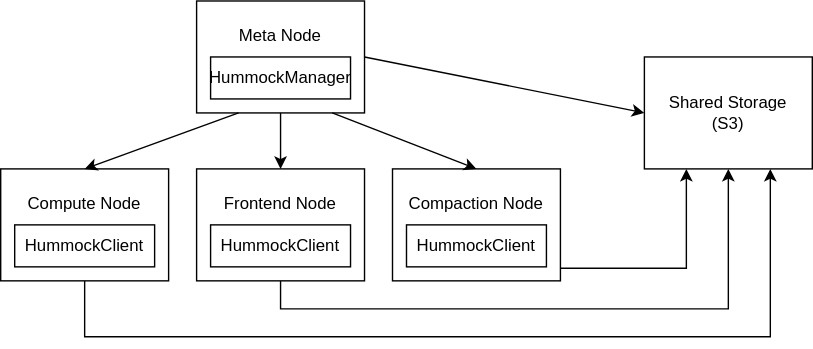
piedb-dev/piestream keeps this draw.io diagram as docs/images/state-store-overview/state-store-overview-01.svg. Above is the earlier version. Source tidied: cells renumbered, new cells last; positions are measured from the earlier drawing's top-left corner, leaving out a move shared by most shapes. Its diagram source:
```xml
<mxGraphModel>
  <root>
    <mxCell id="0" />
    <mxCell id="1" parent="0" />
    <mxCell id="2" style="rounded=0;whiteSpace=wrap;html=1;" parent="1" vertex="1">
      <mxGeometry x="140" width="120" height="80" as="geometry" />
    </mxCell>
    <mxCell id="3" value="HummockManager" style="rounded=0;whiteSpace=wrap;html=1;" parent="1" vertex="1">
      <mxGeometry x="150" y="40" width="100" height="30" as="geometry" />
    </mxCell>
    <mxCell id="4" value="Meta Node" style="text;html=1;strokeColor=none;fillColor=none;align=center;verticalAlign=middle;whiteSpace=wrap;rounded=0;" parent="1" vertex="1">
      <mxGeometry x="160" y="10" width="80" height="30" as="geometry" />
    </mxCell>
    <mxCell id="5" style="edgeStyle=orthogonalEdgeStyle;rounded=0;jettySize=auto;html=1;entryX=0.75;entryY=1;entryDx=0;entryDy=0;" parent="1" edge="1" source="6" target="20">
      <mxGeometry relative="1" as="geometry">
        <Array as="points">
          <mxPoint x="60" y="240" />
          <mxPoint x="550" y="240" />
        </Array>
      </mxGeometry>
    </mxCell>
    <mxCell id="6" style="rounded=0;whiteSpace=wrap;html=1;" parent="1" vertex="1">
      <mxGeometry y="120" width="120" height="80" as="geometry" />
    </mxCell>
    <mxCell id="7" value="HummockClient" style="rounded=0;whiteSpace=wrap;html=1;" parent="1" vertex="1">
      <mxGeometry x="10" y="160" width="100" height="30" as="geometry" />
    </mxCell>
    <mxCell id="8" value="Compute Node" style="text;html=1;strokeColor=none;fillColor=none;align=center;verticalAlign=middle;whiteSpace=wrap;rounded=0;" parent="1" vertex="1">
      <mxGeometry x="10" y="130" width="100" height="30" as="geometry" />
    </mxCell>
    <mxCell id="9" style="edgeStyle=orthogonalEdgeStyle;rounded=0;jettySize=auto;html=1;entryX=0.5;entryY=1;entryDx=0;entryDy=0;" parent="1" edge="1" source="10" target="20">
      <mxGeometry relative="1" as="geometry">
        <Array as="points">
          <mxPoint x="200" y="220" />
          <mxPoint x="520" y="220" />
        </Array>
      </mxGeometry>
    </mxCell>
    <mxCell id="10" style="rounded=0;whiteSpace=wrap;html=1;" parent="1" vertex="1">
      <mxGeometry x="140" y="120" width="120" height="80" as="geometry" />
    </mxCell>
    <mxCell id="11" value="HummockClient" style="rounded=0;whiteSpace=wrap;html=1;" parent="1" vertex="1">
      <mxGeometry x="150" y="160" width="100" height="30" as="geometry" />
    </mxCell>
    <mxCell id="12" value="Frontend Node" style="text;html=1;strokeColor=none;fillColor=none;align=center;verticalAlign=middle;whiteSpace=wrap;rounded=0;" parent="1" vertex="1">
      <mxGeometry x="150" y="130" width="100" height="30" as="geometry" />
    </mxCell>
    <mxCell id="13" style="edgeStyle=orthogonalEdgeStyle;rounded=0;jettySize=auto;html=1;entryX=0.25;entryY=1;entryDx=0;entryDy=0;" parent="1" edge="1" source="14" target="20">
      <mxGeometry relative="1" as="geometry">
        <Array as="points">
          <mxPoint x="490" y="191" />
        </Array>
      </mxGeometry>
    </mxCell>
    <mxCell id="14" style="rounded=0;whiteSpace=wrap;html=1;" parent="1" vertex="1">
      <mxGeometry x="280" y="120" width="120" height="80" as="geometry" />
    </mxCell>
    <mxCell id="15" value="HummockClient" style="rounded=0;whiteSpace=wrap;html=1;" parent="1" vertex="1">
      <mxGeometry x="290" y="160" width="100" height="30" as="geometry" />
    </mxCell>
    <mxCell id="16" value="Compaction Node" style="text;html=1;strokeColor=none;fillColor=none;align=center;verticalAlign=middle;whiteSpace=wrap;rounded=0;" parent="1" vertex="1">
      <mxGeometry x="290" y="130" width="100" height="30" as="geometry" />
    </mxCell>
    <mxCell id="17" style="endArrow=classic;html=1;rounded=0;exitX=0.25;exitY=1;exitDx=0;exitDy=0;entryX=0.5;entryY=0;entryDx=0;entryDy=0;" parent="1" edge="1" source="2" target="6">
      <mxGeometry relative="1" as="geometry" />
    </mxCell>
    <mxCell id="18" style="endArrow=classic;html=1;rounded=0;exitX=0.5;exitY=1;exitDx=0;exitDy=0;entryX=0.5;entryY=0;entryDx=0;entryDy=0;" parent="1" edge="1" source="2" target="10">
      <mxGeometry relative="1" as="geometry" />
    </mxCell>
    <mxCell id="19" style="endArrow=classic;html=1;rounded=0;exitX=0.808;exitY=1;exitDx=0;exitDy=0;entryX=0.5;entryY=0;entryDx=0;entryDy=0;exitPerimeter=0;" parent="1" edge="1" source="2" target="14">
      <mxGeometry relative="1" as="geometry" />
    </mxCell>
    <mxCell id="20" style="rounded=0;whiteSpace=wrap;html=1;" parent="1" vertex="1">
      <mxGeometry x="460" y="40" width="120" height="80" as="geometry" />
    </mxCell>
    <mxCell id="21" value="Shared Storage&lt;br&gt;(S3)" style="text;html=1;strokeColor=none;fillColor=none;align=center;verticalAlign=middle;whiteSpace=wrap;rounded=0;" parent="1" vertex="1">
      <mxGeometry x="470" y="65" width="100" height="30" as="geometry" />
    </mxCell>
    <mxCell id="22" style="endArrow=classic;html=1;rounded=0;exitX=1;exitY=0.5;exitDx=0;exitDy=0;entryX=0;entryY=0.5;entryDx=0;entryDy=0;" parent="1" edge="1" source="2" target="20">
      <mxGeometry relative="1" as="geometry" />
    </mxCell>
  </root>
</mxGraphModel>
```
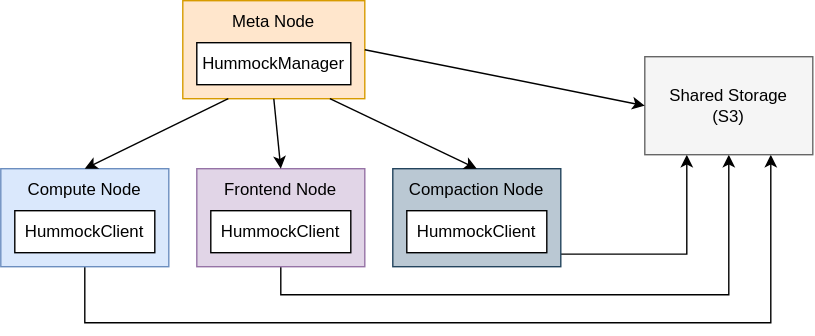
Later version of the same file.

What changed in the source:
```diff
@@ -2,14 +2,14 @@
   <root>
     <mxCell id="0" />
     <mxCell id="1" parent="0" />
-    <mxCell id="2" style="rounded=0;whiteSpace=wrap;html=1;" parent="1" vertex="1">
-      <mxGeometry x="140" width="120" height="80" as="geometry" />
+    <mxCell id="2" style="rounded=0;whiteSpace=wrap;html=1;fillColor=#ffe6cc;strokeColor=#d79b00;" parent="1" vertex="1">
+      <mxGeometry x="130" y="10" width="130" height="70" as="geometry" />
     </mxCell>
     <mxCell id="3" value="HummockManager" style="rounded=0;whiteSpace=wrap;html=1;" parent="1" vertex="1">
-      <mxGeometry x="150" y="40" width="100" height="30" as="geometry" />
+      <mxGeometry x="140" y="40" width="110" height="30" as="geometry" />
     </mxCell>
     <mxCell id="4" value="Meta Node" style="text;html=1;strokeColor=none;fillColor=none;align=center;verticalAlign=middle;whiteSpace=wrap;rounded=0;" parent="1" vertex="1">
-      <mxGeometry x="160" y="10" width="80" height="30" as="geometry" />
+      <mxGeometry x="155" y="10" width="80" height="30" as="geometry" />
     </mxCell>
     <mxCell id="5" style="edgeStyle=orthogonalEdgeStyle;rounded=0;jettySize=auto;html=1;entryX=0.75;entryY=1;entryDx=0;entryDy=0;" parent="1" edge="1" source="6" target="20">
       <mxGeometry relative="1" as="geometry">
@@ -19,8 +19,8 @@
         </Array>
       </mxGeometry>
     </mxCell>
-    <mxCell id="6" style="rounded=0;whiteSpace=wrap;html=1;" parent="1" vertex="1">
-      <mxGeometry y="120" width="120" height="80" as="geometry" />
+    <mxCell id="6" style="rounded=0;whiteSpace=wrap;html=1;fillColor=#dae8fc;strokeColor=#6c8ebf;" parent="1" vertex="1">
+      <mxGeometry y="130" width="120" height="70" as="geometry" />
     </mxCell>
     <mxCell id="7" value="HummockClient" style="rounded=0;whiteSpace=wrap;html=1;" parent="1" vertex="1">
       <mxGeometry x="10" y="160" width="100" height="30" as="geometry" />
@@ -36,8 +36,8 @@
         </Array>
       </mxGeometry>
     </mxCell>
-    <mxCell id="10" style="rounded=0;whiteSpace=wrap;html=1;" parent="1" vertex="1">
-      <mxGeometry x="140" y="120" width="120" height="80" as="geometry" />
+    <mxCell id="10" style="rounded=0;whiteSpace=wrap;html=1;fillColor=#e1d5e7;strokeColor=#9673a6;" parent="1" vertex="1">
+      <mxGeometry x="140" y="130" width="120" height="70" as="geometry" />
     </mxCell>
     <mxCell id="11" value="HummockClient" style="rounded=0;whiteSpace=wrap;html=1;" parent="1" vertex="1">
       <mxGeometry x="150" y="160" width="100" height="30" as="geometry" />
@@ -52,8 +52,8 @@
         </Array>
       </mxGeometry>
     </mxCell>
-    <mxCell id="14" style="rounded=0;whiteSpace=wrap;html=1;" parent="1" vertex="1">
-      <mxGeometry x="280" y="120" width="120" height="80" as="geometry" />
+    <mxCell id="14" style="rounded=0;whiteSpace=wrap;html=1;fillColor=#bac8d3;strokeColor=#23445d;" parent="1" vertex="1">
+      <mxGeometry x="280" y="130" width="120" height="70" as="geometry" />
     </mxCell>
     <mxCell id="15" value="HummockClient" style="rounded=0;whiteSpace=wrap;html=1;" parent="1" vertex="1">
       <mxGeometry x="290" y="160" width="100" height="30" as="geometry" />
@@ -70,11 +70,11 @@
     <mxCell id="19" style="endArrow=classic;html=1;rounded=0;exitX=0.808;exitY=1;exitDx=0;exitDy=0;entryX=0.5;entryY=0;entryDx=0;entryDy=0;exitPerimeter=0;" parent="1" edge="1" source="2" target="14">
       <mxGeometry relative="1" as="geometry" />
     </mxCell>
-    <mxCell id="20" style="rounded=0;whiteSpace=wrap;html=1;" parent="1" vertex="1">
-      <mxGeometry x="460" y="40" width="120" height="80" as="geometry" />
+    <mxCell id="20" style="rounded=0;whiteSpace=wrap;html=1;fillColor=#f5f5f5;fontColor=#333333;strokeColor=#666666;" parent="1" vertex="1">
+      <mxGeometry x="460" y="50" width="120" height="70" as="geometry" />
     </mxCell>
     <mxCell id="21" value="Shared Storage&lt;br&gt;(S3)" style="text;html=1;strokeColor=none;fillColor=none;align=center;verticalAlign=middle;whiteSpace=wrap;rounded=0;" parent="1" vertex="1">
-      <mxGeometry x="470" y="65" width="100" height="30" as="geometry" />
+      <mxGeometry x="470" y="70" width="100" height="30" as="geometry" />
     </mxCell>
     <mxCell id="22" style="endArrow=classic;html=1;rounded=0;exitX=1;exitY=0.5;exitDx=0;exitDy=0;entryX=0;entryY=0.5;entryDx=0;entryDy=0;" parent="1" edge="1" source="2" target="20">
       <mxGeometry relative="1" as="geometry" />
```
